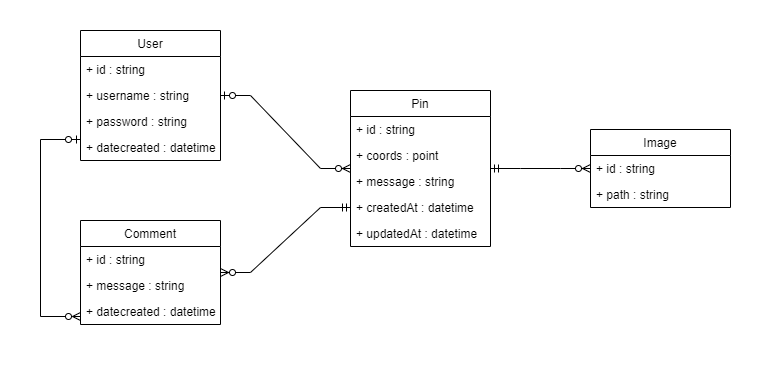
Earlier version of the draw.io export SP - Class Diagram.drawio.png (Perla-Al-Haddad/skyline-pins). Source tidied: cells renumbered, new cells last; positions are measured from the earlier drawing's top-left corner, leaving out a move shared by most shapes.
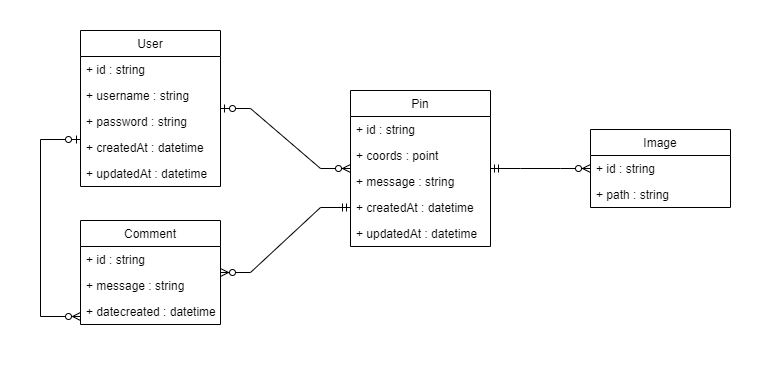
Later version of the same file.

Diff of the diagram source:
```diff
@@ -6,7 +6,7 @@
       <mxGeometry width="770" height="370" as="geometry" />
     </mxCell>
     <mxCell id="3" value="User" style="swimlane;fontStyle=0;horizontal=1;startSize=26;" parent="1" vertex="1">
-      <mxGeometry x="80" y="30" width="140" height="130" as="geometry" />
+      <mxGeometry x="80" y="30" width="140" height="156" as="geometry" />
     </mxCell>
     <mxCell id="4" value="+ id : string" style="text;strokeColor=none;fillColor=none;align=left;verticalAlign=top;spacingLeft=4;spacingRight=4;overflow=hidden;" parent="3" vertex="1">
       <mxGeometry y="26" width="140" height="26" as="geometry" />
@@ -17,9 +17,12 @@
     <mxCell id="6" value="+ password : string" style="text;strokeColor=none;fillColor=none;align=left;verticalAlign=top;spacingLeft=4;spacingRight=4;overflow=hidden;" parent="3" vertex="1">
       <mxGeometry y="78" width="140" height="26" as="geometry" />
     </mxCell>
-    <mxCell id="7" value="+ datecreated : datetime" style="text;strokeColor=none;fillColor=none;align=left;verticalAlign=top;spacingLeft=4;spacingRight=4;overflow=hidden;" parent="3" vertex="1">
+    <mxCell id="7" value="+ createdAt : datetime" style="text;strokeColor=none;fillColor=none;align=left;verticalAlign=top;spacingLeft=4;spacingRight=4;overflow=hidden;" parent="3" vertex="1">
       <mxGeometry y="104" width="140" height="26" as="geometry" />
     </mxCell>
+    <mxCell id="25" value="+ updatedAt : datetime" style="text;strokeColor=none;fillColor=none;align=left;verticalAlign=top;spacingLeft=4;spacingRight=4;overflow=hidden;" parent="3" vertex="1">
+      <mxGeometry y="130" width="140" height="26" as="geometry" />
+    </mxCell>
     <mxCell id="8" value="Pin" style="swimlane;fontStyle=0;horizontal=1;startSize=26;" parent="1" vertex="1">
       <mxGeometry x="350" y="90" width="140" height="156" as="geometry" />
     </mxCell>
```
